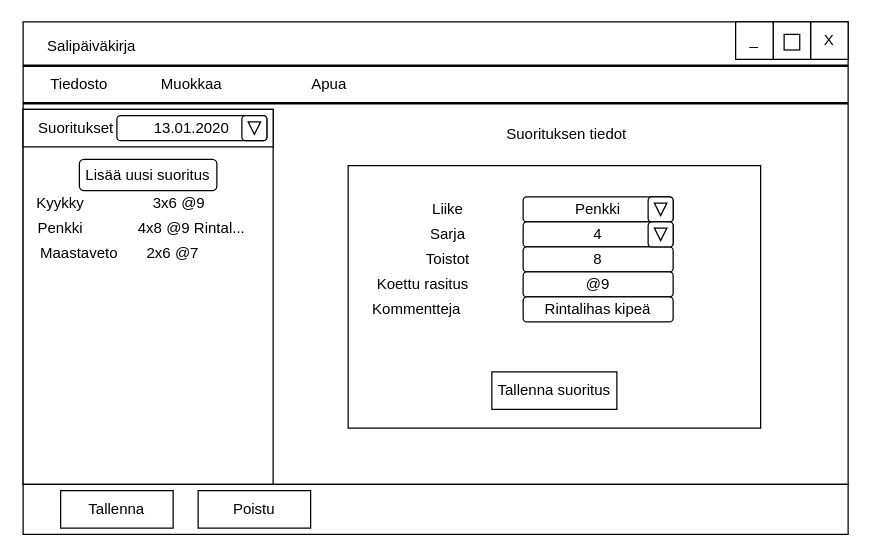
Earlier version of the draw.io diagram kuvat/sali suunnitelma.drawio (lssrty/Gymlog). Source tidied: cells renumbered, new cells numbered last; positions are measured from the earlier drawing's top-left corner, leaving out a move shared by most shapes. Both pictures are drawn from the tidied source at 125%, with x=0, y=0 at pixel (22, 21).
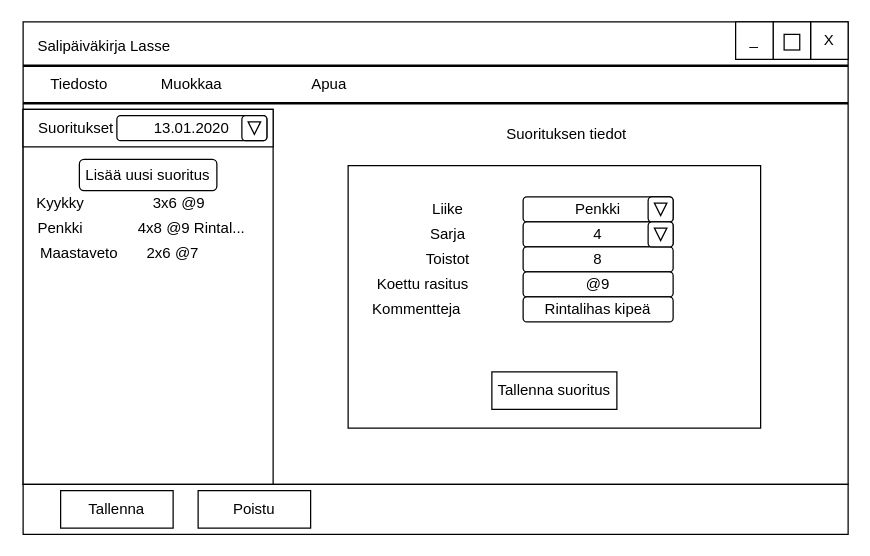
Above is the later version.

The edit, as a diff of the source:
```diff
@@
-    <mxCell id="5" value="Salipäiväkirja" style="text;html=1;strokeColor=none;fillColor=none;align=center;verticalAlign=middle;whiteSpace=wrap;rounded=0;" parent="1" vertex="1">
-      <mxGeometry x="10" y="10" width="90" height="20" as="geometry" />
+    <mxCell id="5" value="Salipäiväkirja Lasse" style="text;html=1;strokeColor=none;fillColor=none;align=center;verticalAlign=middle;whiteSpace=wrap;rounded=0;" parent="1" vertex="1">
+      <mxGeometry x="10" y="10" width="110" height="20" as="geometry" />
     </mxCell>
```
